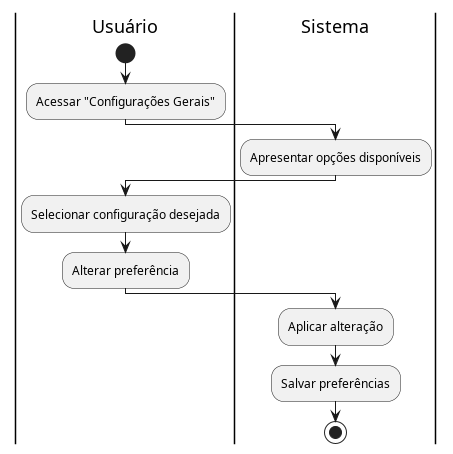
Earlier version of the PlantUML export docs/casosUso/imagens/diagramas_atividade/diagrama_UC11.png (aspiringluke/Projeto-Integrado-Mobile).
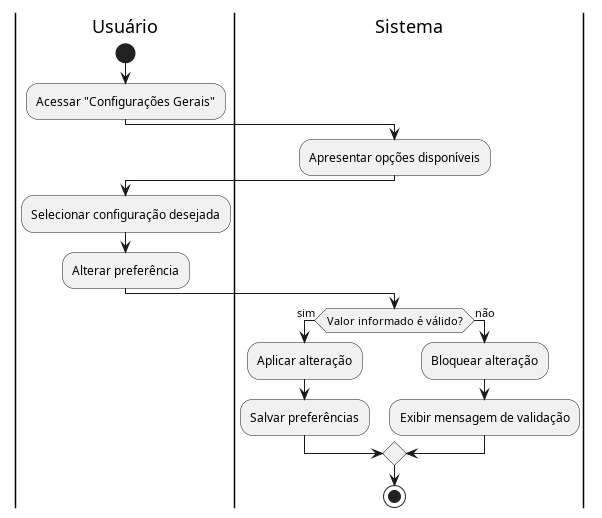
After the change.

Diff of the diagram source:
```diff
@@ -12,9 +12,12 @@
 :Alterar preferência;
 
 |Sistema|
-:Aplicar alteração;
-
-|Sistema|
-:Salvar preferências;
+if (Valor informado é válido?) then (sim)
+  :Aplicar alteração;
+  :Salvar preferências;
+else (não)
+  :Bloquear alteração;
+  :Exibir mensagem de validação;
+endif
 stop
 @enduml
```
